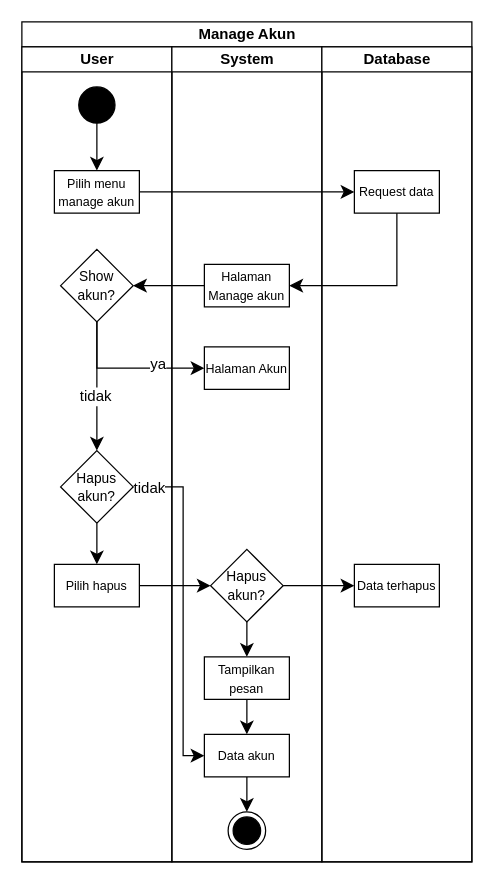
AmirRazer/DrawIoErd keeps this draw.io diagram as page "Manage Akun" (13 of 17) of activity diagram gis.drawio. Above is the earlier version. Source tidied: cells renumbered, new cells numbered last; positions are measured from the earlier drawing's top-left corner, leaving out a move shared by most shapes. Both pictures are drawn from the tidied source at 125%, with x=0, y=0 at pixel (21, 21).
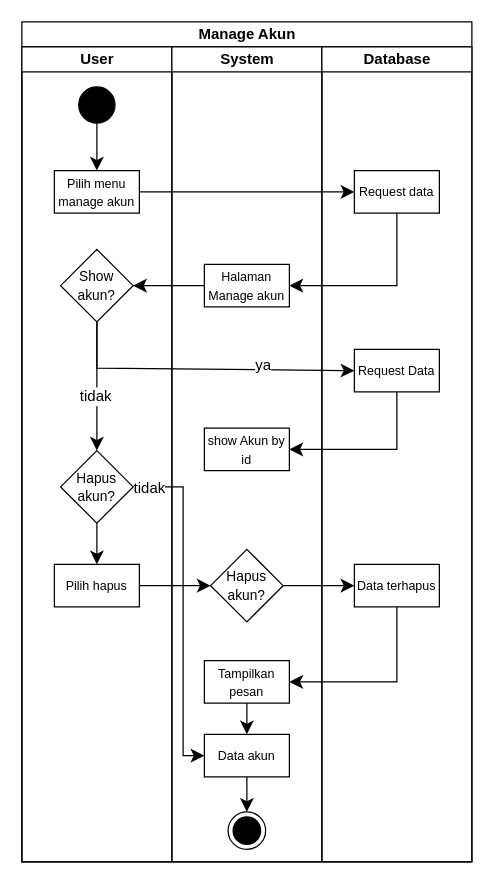
The same page after the edit.

Unchanged cells that the change refers to:
```xml
<mxCell id="2" value="Manage Akun" style="swimlane;startSize=20;html=1;" parent="1" vertex="1">
  <mxGeometry width="360" height="672" as="geometry" />
</mxCell>
<mxCell id="13" value="System" style="swimlane;startSize=20;html=1;" parent="2" vertex="1">
  <mxGeometry x="120" y="20" width="120" height="652" as="geometry" />
</mxCell>
<mxCell id="17" value="&lt;font style=&quot;font-size: 11px;&quot;&gt;Hapus akun?&lt;/font&gt;" style="rhombus;whiteSpace=wrap;html=1;" parent="13" vertex="1">
  <mxGeometry x="31" y="402" width="58" height="58" as="geometry" />
</mxCell>
<mxCell id="23" value="Database" style="swimlane;startSize=20;html=1;" parent="2" vertex="1">
  <mxGeometry x="240" y="20" width="120" height="652" as="geometry" />
</mxCell>
<mxCell id="25" value="&lt;font style=&quot;font-size: 10px;&quot;&gt;Data terhapus&lt;/font&gt;" style="rounded=0;whiteSpace=wrap;html=1;" parent="23" vertex="1">
  <mxGeometry x="26" y="414" width="68" height="34" as="geometry" />
</mxCell>
```

Change to the diagram source:
```diff
@@
-    <mxCell id="15" value="&lt;font style=&quot;font-size: 10px;&quot;&gt;Halaman Akun&lt;/font&gt;" style="rounded=0;whiteSpace=wrap;html=1;" parent="13" vertex="1">
-      <mxGeometry x="26" y="240" width="68" height="34" as="geometry" />
-    </mxCell>
-    <mxCell id="16" style="edgeStyle=none;curved=1;rounded=0;jettySize=auto;html=1;entryX=0.5;entryY=0;entryDx=0;entryDy=0;fontSize=12;startSize=8;endSize=8;" parent="13" edge="1" source="17" target="18">
-      <mxGeometry relative="1" as="geometry" />
-    </mxCell>
@@
     <mxCell id="18" value="&lt;font style=&quot;font-size: 10px;&quot;&gt;Tampilkan pesan&lt;/font&gt;" style="rounded=0;whiteSpace=wrap;html=1;" parent="13" vertex="1">
-      <mxGeometry x="26" y="488" width="68" height="34" as="geometry" />
+      <mxGeometry x="26" y="491" width="68" height="34" as="geometry" />
     </mxCell>
@@
+    <mxCell id="35" value="&lt;font style=&quot;font-size: 10px;&quot;&gt;show Akun by id&lt;/font&gt;" style="rounded=0;whiteSpace=wrap;html=1;" parent="13" vertex="1">
+      <mxGeometry x="26" y="305" width="68" height="34" as="geometry" />
+    </mxCell>
@@
+    <mxCell id="15" value="&lt;font style=&quot;font-size: 10px;&quot;&gt;Request Data&lt;/font&gt;" style="rounded=0;whiteSpace=wrap;html=1;" parent="23" vertex="1">
+      <mxGeometry x="26" y="242" width="68" height="34" as="geometry" />
+    </mxCell>
@@
+    <mxCell id="16" style="edgeStyle=none;curved=0;rounded=0;jettySize=auto;html=1;entryX=1;entryY=0.5;entryDx=0;entryDy=0;fontSize=12;startSize=8;endSize=8;exitX=0.5;exitY=1;exitDx=0;exitDy=0;" parent="2" edge="1" source="25" target="18">
+      <mxGeometry relative="1" as="geometry">
+        <Array as="points">
+          <mxPoint x="300" y="528" />
+        </Array>
+      </mxGeometry>
+    </mxCell>
+    <mxCell id="36" style="edgeStyle=none;curved=0;rounded=0;jettySize=auto;html=1;entryX=1;entryY=0.5;entryDx=0;entryDy=0;fontSize=12;startSize=8;endSize=8;" parent="2" edge="1" source="15" target="35">
+      <mxGeometry relative="1" as="geometry">
+        <Array as="points">
+          <mxPoint x="300" y="342" />
+        </Array>
+      </mxGeometry>
+    </mxCell>
```
